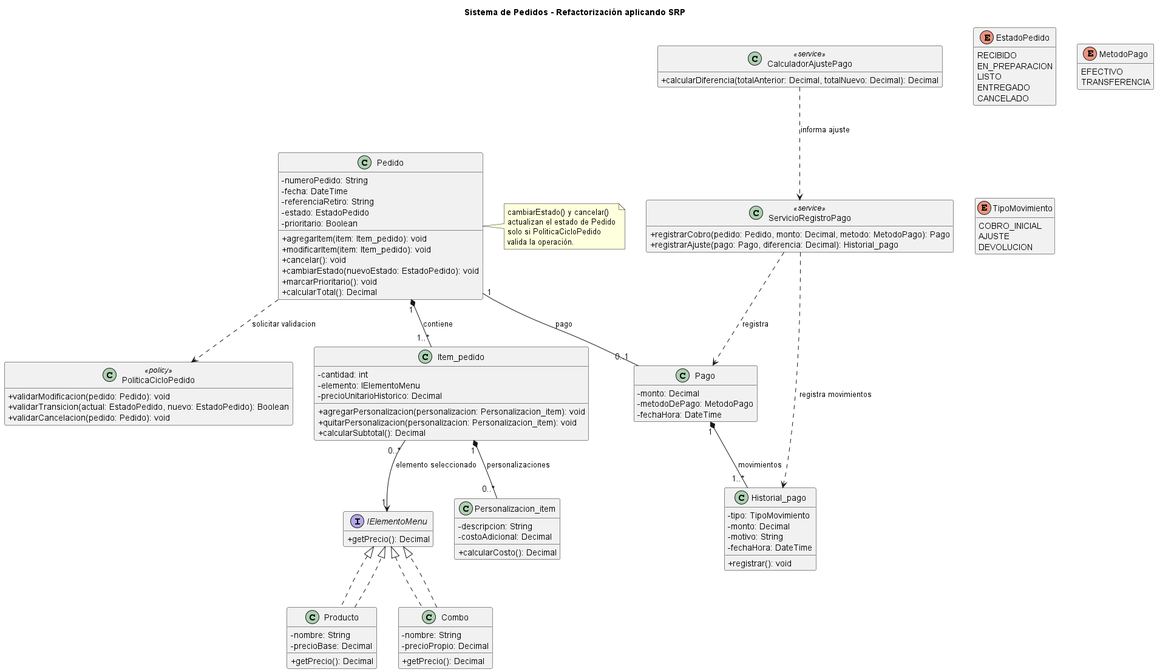
Earlier version of the PlantUML export diagramas/01-diagrama-clases/01-solid-01-srp.png (eloeyhe/SistemaPedidos).
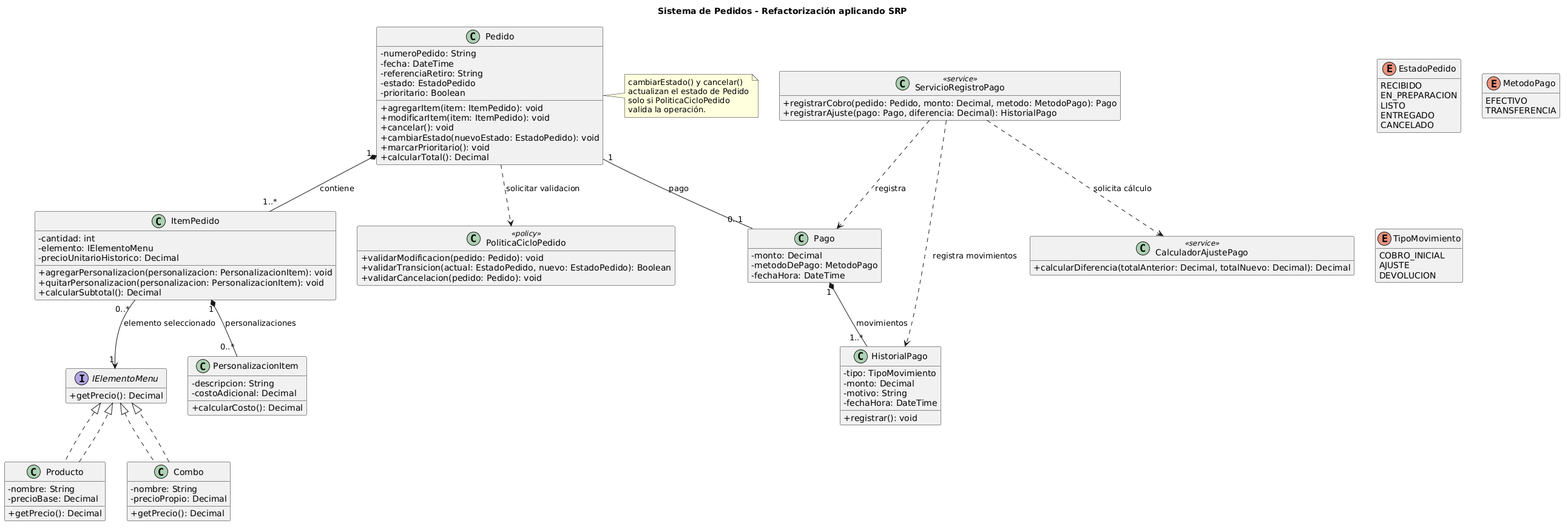
After the commit.

The edit, as a diff of the source:
```diff
@@ -10,20 +10,20 @@
   - referenciaRetiro: String
   - estado: EstadoPedido
   - prioritario: Boolean
-  + agregarItem(item: Item_pedido): void
-  + modificarItem(item: Item_pedido): void
+  + agregarItem(item: ItemPedido): void
+  + modificarItem(item: ItemPedido): void
   + cancelar(): void
   + cambiarEstado(nuevoEstado: EstadoPedido): void
   + marcarPrioritario(): void
   + calcularTotal(): Decimal
 }
 
-class Item_pedido {
+class ItemPedido {
   - cantidad: int
   - elemento: IElementoMenu
   - precioUnitarioHistorico: Decimal
-  + agregarPersonalizacion(personalizacion: Personalizacion_item): void
-  + quitarPersonalizacion(personalizacion: Personalizacion_item): void
+  + agregarPersonalizacion(personalizacion: PersonalizacionItem): void
+  + quitarPersonalizacion(personalizacion: PersonalizacionItem): void
   + calcularSubtotal(): Decimal
 }
 
@@ -43,7 +43,7 @@
   + getPrecio(): Decimal
 }
 
-class Personalizacion_item {
+class PersonalizacionItem {
   - descripcion: String
   - costoAdicional: Decimal
   + calcularCosto(): Decimal
@@ -55,7 +55,7 @@
   - fechaHora: DateTime
 }
 
-class Historial_pago {
+class HistorialPago {
   - tipo: TipoMovimiento
   - monto: Decimal
   - motivo: String
@@ -71,7 +71,7 @@
 
 class ServicioRegistroPago <<service>> {
   + registrarCobro(pedido: Pedido, monto: Decimal, metodo: MetodoPago): Pago
-  + registrarAjuste(pago: Pago, diferencia: Decimal): Historial_pago
+  + registrarAjuste(pago: Pago, diferencia: Decimal): HistorialPago
 }
 
 class CalculadorAjustePago <<service>> {
@@ -97,13 +97,13 @@
   DEVOLUCION
 }
 
-Pedido "1" *-- "1..*" Item_pedido : contiene
-Item_pedido "0..*" --> "1" IElementoMenu : elemento seleccionado
+Pedido "1" *-- "1..*" ItemPedido : contiene
+ItemPedido "0..*" --> "1" IElementoMenu : elemento seleccionado
 Producto ..|> IElementoMenu
 Combo ..|> IElementoMenu
-Item_pedido "1" *-- "0..*" Personalizacion_item : personalizaciones
+ItemPedido "1" *-- "0..*" PersonalizacionItem : personalizaciones
 Pedido "1" -- "0..1" Pago : pago
-Pago "1" *-- "1..*" Historial_pago : movimientos
+Pago "1" *-- "1..*" HistorialPago : movimientos
 
 Pedido ..> PoliticaCicloPedido : solicitar validacion
 
@@ -115,10 +115,6 @@
   end note
 
 ServicioRegistroPago ..> Pago : registra
-ServicioRegistroPago ..> Historial_pago : registra movimientos
-CalculadorAjustePago ..> ServicioRegistroPago : informa ajuste
-
-
-
-
+ServicioRegistroPago ..> HistorialPago : registra movimientos
+ServicioRegistroPago ..> CalculadorAjustePago : solicita cálculo
 @enduml
```
